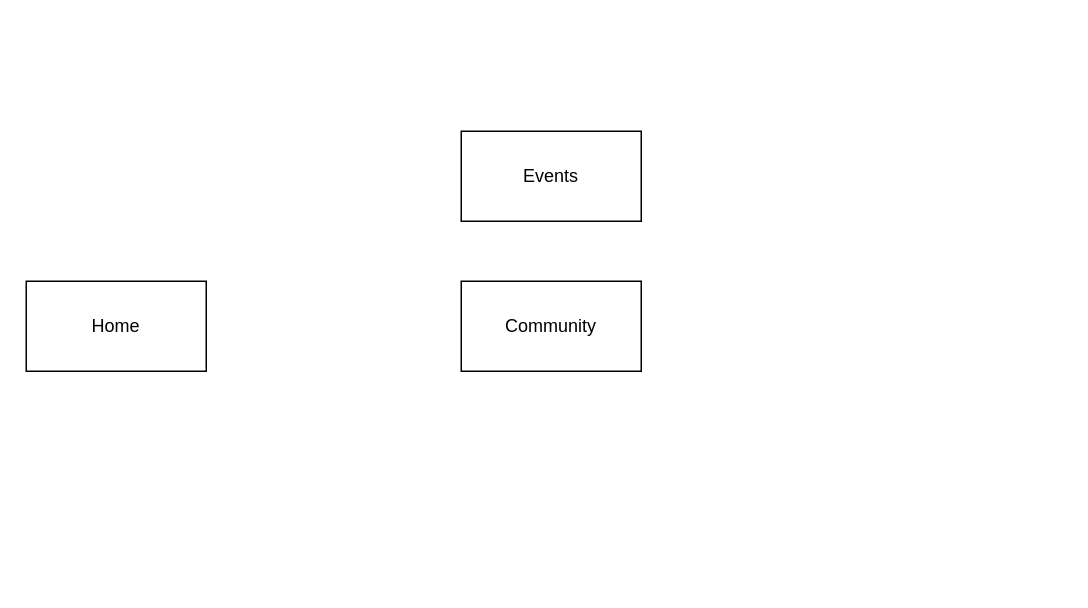
Before: sitemap.drawio in jaytality/lanparty.com.au, a draw.io diagram. Source tidied: cells renumbered, new cells numbered last; positions are measured from the earlier drawing's top-left corner, leaving out a move shared by most shapes. Both pictures are drawn from the tidied source at 150%, with x=0, y=0 at pixel (26, 130).
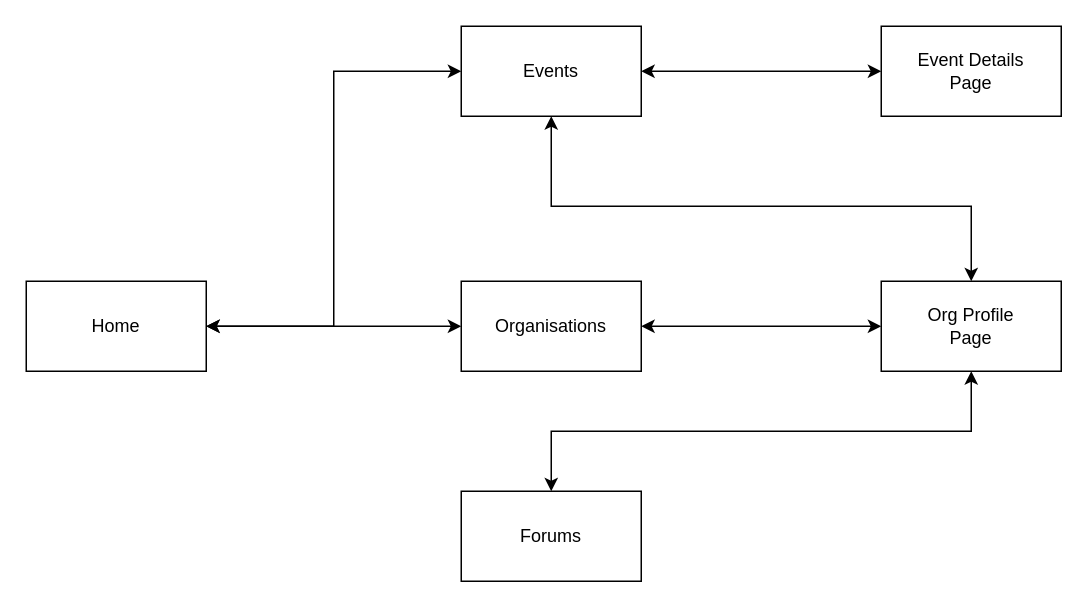
Above is the later version.

Commit message:
updated sitemap design

What changed in the source:
```diff
@@
 <mxGraphModel>
   <root>
     <mxCell id="0" />
     <mxCell id="1" parent="0" />
+    <mxCell id="5" style="edgeStyle=orthogonalEdgeStyle;rounded=0;jettySize=auto;html=1;entryX=0;entryY=0.5;entryDx=0;entryDy=0;startArrow=classic;startFill=1;" parent="1" edge="1" source="2" target="3">
+      <mxGeometry relative="1" as="geometry" />
+    </mxCell>
+    <mxCell id="6" style="edgeStyle=orthogonalEdgeStyle;rounded=0;jettySize=auto;html=1;startArrow=classic;startFill=1;" parent="1" edge="1" source="2" target="11">
+      <mxGeometry relative="1" as="geometry" />
+    </mxCell>
     <mxCell id="2" value="Home" style="rounded=0;whiteSpace=wrap;html=1;" parent="1" vertex="1">
       <mxGeometry y="100" width="120" height="60" as="geometry" />
     </mxCell>
+    <mxCell id="7" style="edgeStyle=orthogonalEdgeStyle;rounded=0;jettySize=auto;html=1;startArrow=classic;startFill=1;" parent="1" edge="1" source="3" target="8">
+      <mxGeometry relative="1" as="geometry" />
+    </mxCell>
     <mxCell id="3" value="Events" style="rounded=0;whiteSpace=wrap;html=1;" parent="1" vertex="1">
-      <mxGeometry x="290" width="120" height="60" as="geometry" />
+      <mxGeometry x="290" y="-70" width="120" height="60" as="geometry" />
     </mxCell>
-    <mxCell id="4" value="Community" style="rounded=0;whiteSpace=wrap;html=1;" parent="1" vertex="1">
-      <mxGeometry x="290" y="100" width="120" height="60" as="geometry" />
-    </mxCell>
+    <mxCell id="8" value="Event Details&lt;br&gt;Page" style="rounded=0;whiteSpace=wrap;html=1;" parent="1" vertex="1">
+      <mxGeometry x="570" y="-70" width="120" height="60" as="geometry" />
+    </mxCell>
+    <mxCell id="9" value="Forums" style="rounded=0;whiteSpace=wrap;html=1;" parent="1" vertex="1">
+      <mxGeometry x="290" y="240" width="120" height="60" as="geometry" />
+    </mxCell>
+    <mxCell id="10" style="edgeStyle=orthogonalEdgeStyle;rounded=0;jettySize=auto;html=1;startArrow=classic;startFill=1;" parent="1" edge="1" source="11" target="14">
+      <mxGeometry relative="1" as="geometry" />
+    </mxCell>
+    <mxCell id="11" value="Organisations" style="rounded=0;whiteSpace=wrap;html=1;" parent="1" vertex="1">
+      <mxGeometry x="290" y="100" width="120" height="60" as="geometry" />
+    </mxCell>
+    <mxCell id="12" style="edgeStyle=orthogonalEdgeStyle;rounded=0;jettySize=auto;html=1;startArrow=classic;startFill=1;" parent="1" edge="1" source="14" target="3">
+      <mxGeometry relative="1" as="geometry">
+        <Array as="points">
+          <mxPoint x="630" y="50" />
+          <mxPoint x="350" y="50" />
+        </Array>
+      </mxGeometry>
+    </mxCell>
+    <mxCell id="13" style="edgeStyle=orthogonalEdgeStyle;rounded=0;jettySize=auto;html=1;startArrow=classic;startFill=1;" parent="1" edge="1" source="14" target="9">
+      <mxGeometry relative="1" as="geometry">
+        <Array as="points">
+          <mxPoint x="630" y="200" />
+          <mxPoint x="350" y="200" />
+        </Array>
+      </mxGeometry>
+    </mxCell>
+    <mxCell id="14" value="Org Profile&lt;br&gt;Page" style="rounded=0;whiteSpace=wrap;html=1;" parent="1" vertex="1">
+      <mxGeometry x="570" y="100" width="120" height="60" as="geometry" />
+    </mxCell>
   </root>
 </mxGraphModel>
```
